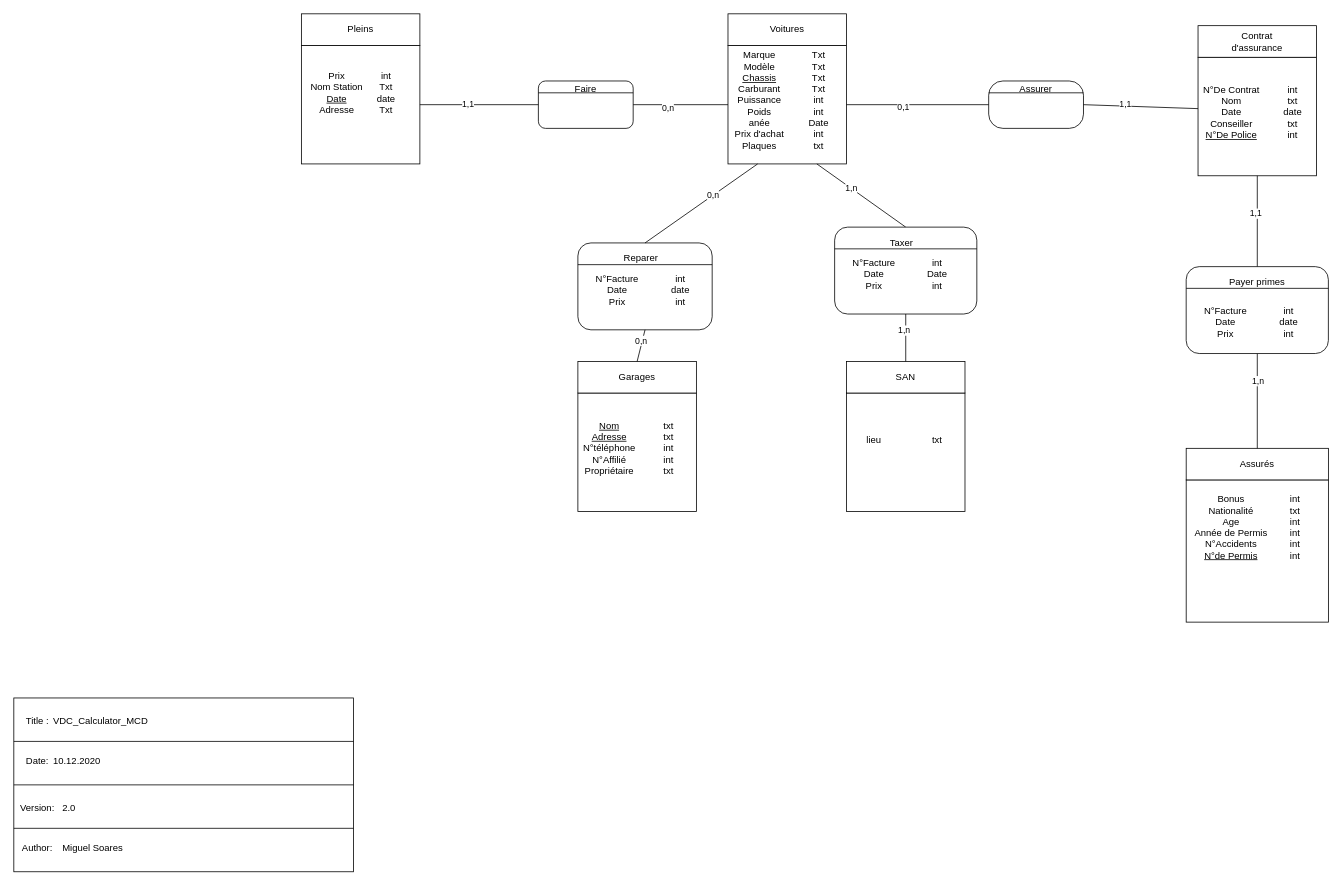
Before: Docs/MCD-MLD/MCD_VDC.drawio in alhelo-93/ProjetAppMobile, a draw.io diagram. Source tidied: cells renumbered, new cells numbered last; positions are measured from the earlier drawing's top-left corner, leaving out a move shared by most shapes. Both pictures are drawn from the tidied source at 79%, with x=0, y=0 at pixel (13, 13).
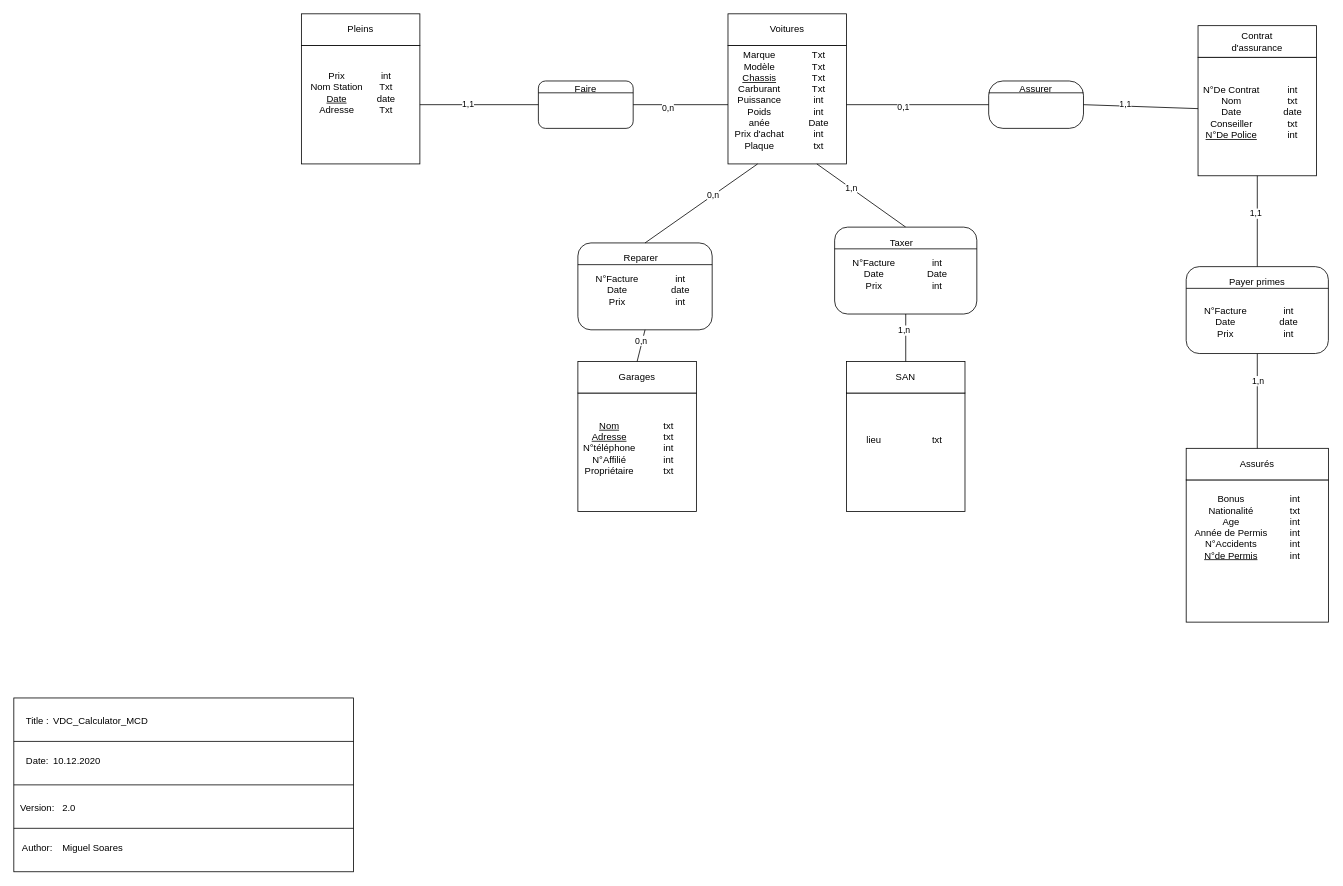
Above is the later version.

Unchanged cells that the change refers to:
```xml
<mxCell id="26" style="group;" parent="1" vertex="1">
  <mxGeometry x="904" width="150" height="190" as="geometry" />
</mxCell>
```

Diff of the diagram source:
```diff
@@
-    <mxCell id="30" value="Marque&lt;br&gt;Modèle&lt;br&gt;&lt;u&gt;Chassis&lt;br&gt;&lt;/u&gt;Carburant&lt;br&gt;Puissance&lt;br&gt;Poids&lt;br&gt;anée&lt;br&gt;Prix d'achat&lt;br&gt;Plaques" style="text;html=1;strokeColor=none;fillColor=none;align=center;verticalAlign=middle;whiteSpace=wrap;rounded=0;" parent="26" vertex="1">
+    <mxCell id="30" value="Marque&lt;br&gt;Modèle&lt;br&gt;&lt;u&gt;Chassis&lt;br&gt;&lt;/u&gt;Carburant&lt;br&gt;Puissance&lt;br&gt;Poids&lt;br&gt;anée&lt;br&gt;Prix d'achat&lt;br&gt;Plaque" style="text;html=1;strokeColor=none;fillColor=none;align=center;verticalAlign=middle;whiteSpace=wrap;rounded=0;" parent="26" vertex="1">
       <mxGeometry y="100" width="80" height="20" as="geometry" />
     </mxCell>
```
